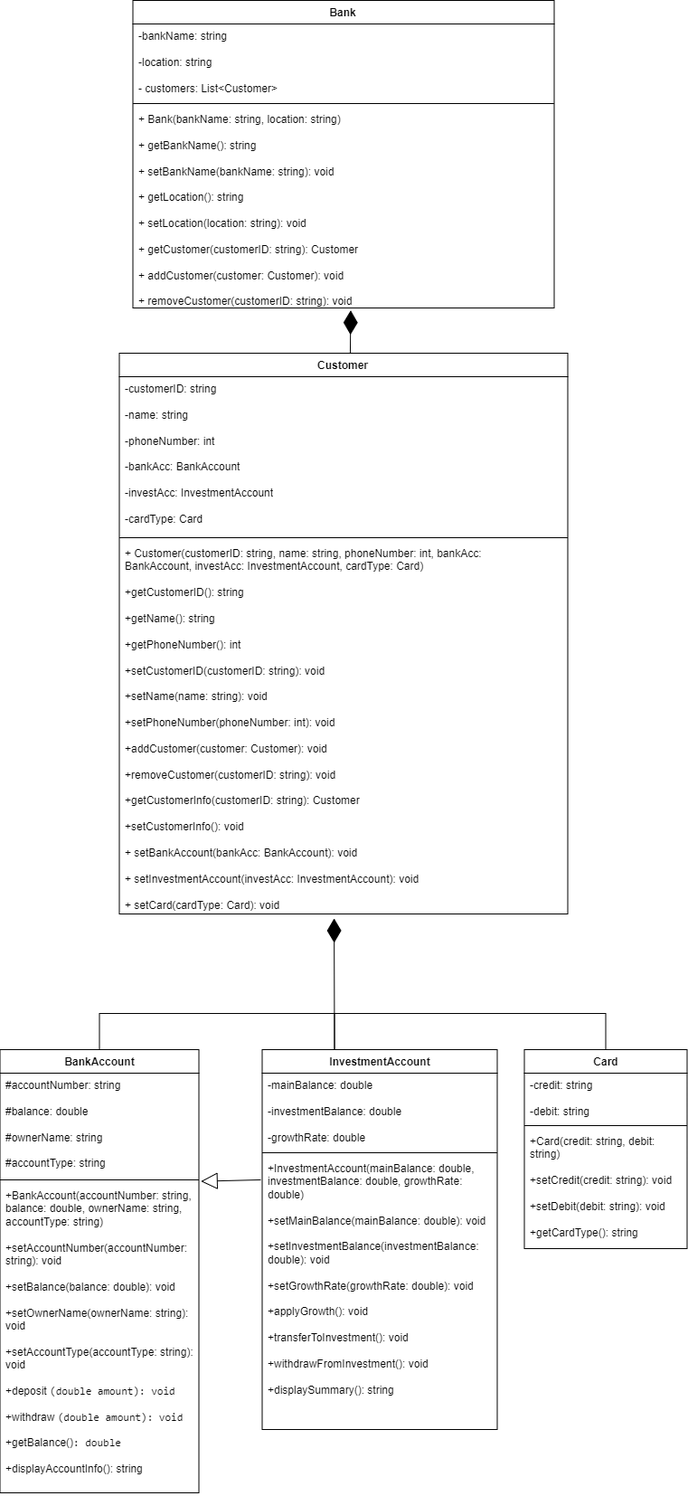
Before: Class diagram.drawio_.drawio.png, a diagram exported from draw.io (nataliareyram/Bank-simulator). Source tidied: cells renumbered, new cells last; positions are measured from the earlier drawing's top-left corner, leaving out a move shared by most shapes.
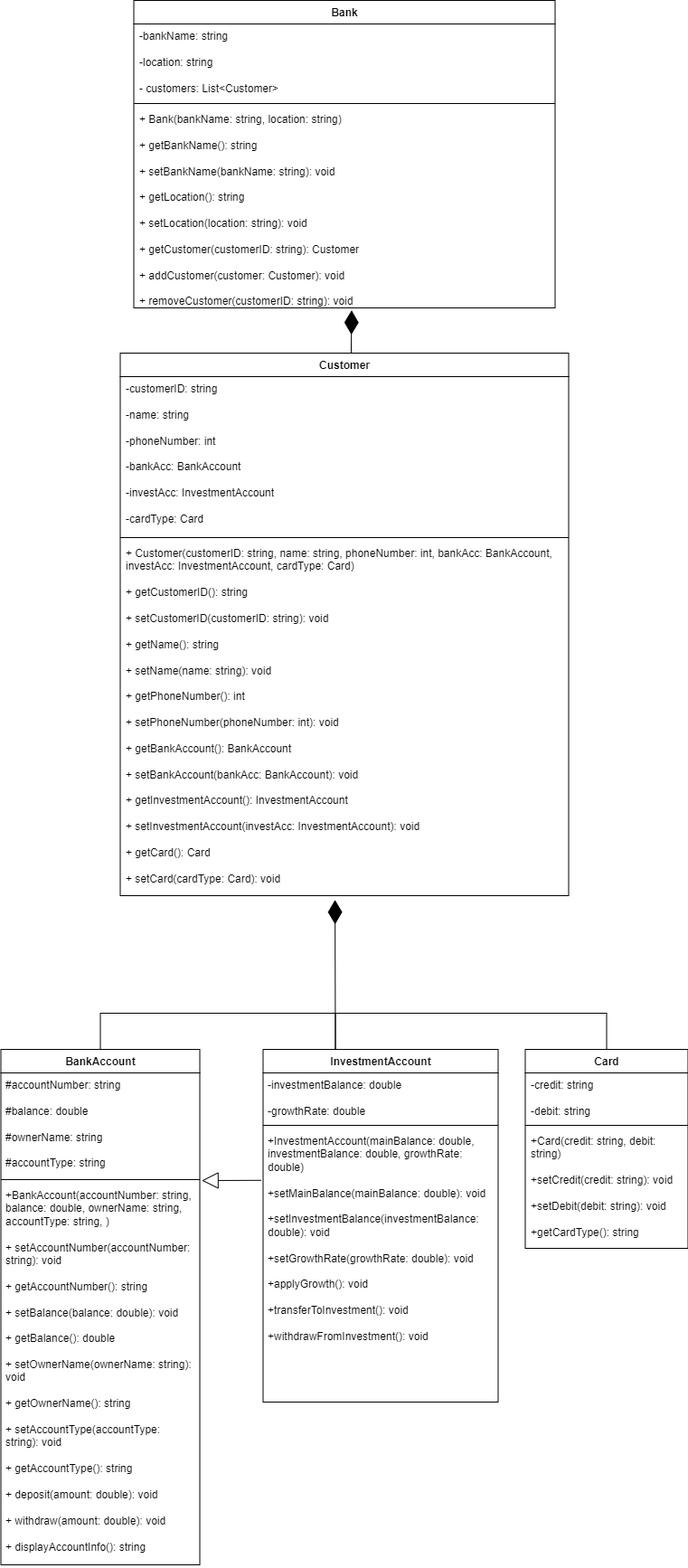
After the change.

The edit, as a diff of the source:
```diff
@@ -3,7 +3,7 @@
     <mxCell id="0" />
     <mxCell id="1" parent="0" />
     <mxCell id="2" value="BankAccount" style="swimlane;fontStyle=1;align=center;verticalAlign=top;horizontal=1;startSize=26;whiteSpace=wrap;html=1;" parent="1" vertex="1">
-      <mxGeometry x="0.5" y="1160" width="220" height="490" as="geometry" />
+      <mxGeometry x="0.5" y="1160" width="220" height="570" as="geometry" />
     </mxCell>
     <mxCell id="3" value="&lt;div&gt;#accountNumber: string&lt;/div&gt;&lt;div&gt;&lt;br&gt;&lt;/div&gt;&lt;div&gt;#balance: double&lt;/div&gt;&lt;div&gt;&lt;br&gt;&lt;/div&gt;&lt;div&gt;#ownerName: string&lt;/div&gt;&lt;div&gt;&lt;br&gt;&lt;/div&gt;&lt;div&gt;#accountType: string&lt;/div&gt;" style="text;strokeColor=none;fillColor=none;align=left;verticalAlign=top;spacingLeft=4;spacingRight=4;overflow=hidden;whiteSpace=wrap;html=1;" parent="2" vertex="1">
       <mxGeometry y="26" width="220" height="114" as="geometry" />
@@ -11,11 +11,11 @@
     <mxCell id="4" style="line;strokeWidth=1;fillColor=none;align=left;verticalAlign=middle;spacingTop=-1;spacingLeft=3;spacingRight=3;labelPosition=right;strokeColor=inherit;" parent="2" vertex="1">
       <mxGeometry y="140" width="220" height="8" as="geometry" />
     </mxCell>
-    <mxCell id="5" value="&lt;div&gt;+BankAccount(accountNumber: string, balance: double, ownerName: string, accountType: string)&lt;/div&gt;&lt;div&gt;&lt;br&gt;&lt;/div&gt;&lt;div&gt;&lt;div&gt;+setAccountNumber(accountNumber: string): void&lt;/div&gt;&lt;div&gt;&lt;br&gt;&lt;/div&gt;&lt;div&gt;+setBalance(balance: double): void&lt;/div&gt;&lt;div&gt;&lt;br&gt;&lt;/div&gt;&lt;div&gt;+setOwnerName(ownerName: string): void&lt;/div&gt;&lt;div&gt;&lt;br&gt;&lt;/div&gt;&lt;div&gt;+setAccountType(accountType: string): void&lt;/div&gt;&lt;/div&gt;&lt;div&gt;&lt;br&gt;&lt;/div&gt;&lt;div&gt;+deposit&amp;nbsp;&lt;code style=&quot;background-color: initial;&quot;&gt;(double amount): void&lt;/code&gt;&lt;/div&gt;&lt;div&gt;&lt;code style=&quot;background-color: initial;&quot;&gt;&lt;br&gt;&lt;/code&gt;&lt;/div&gt;&lt;div&gt;+withdraw&amp;nbsp;&lt;code style=&quot;background-color: initial;&quot;&gt;(double amount): void&lt;/code&gt;&lt;/div&gt;&lt;div&gt;&lt;code style=&quot;background-color: initial;&quot;&gt;&lt;br&gt;&lt;/code&gt;&lt;/div&gt;&lt;div&gt;+getBalance()&lt;code style=&quot;background-color: initial;&quot;&gt;: double&lt;/code&gt;&lt;/div&gt;&lt;div&gt;&lt;span style=&quot;background-color: initial;&quot;&gt;&lt;br&gt;&lt;/span&gt;&lt;/div&gt;&lt;div&gt;&lt;span style=&quot;background-color: initial;&quot;&gt;+displayAccountInfo(): string&lt;/span&gt;&lt;/div&gt;" style="text;strokeColor=none;fillColor=none;align=left;verticalAlign=top;spacingLeft=4;spacingRight=4;overflow=hidden;points=[[0,0.5],[1,0.5]];portConstraint=eastwest;whiteSpace=wrap;html=1;" parent="2" vertex="1">
-      <mxGeometry y="148" width="220" height="342" as="geometry" />
+    <mxCell id="5" value="&lt;div&gt;+BankAccount(accountNumber: string, balance: double, ownerName: string, accountType: string, )&lt;/div&gt;&lt;div&gt;&lt;br&gt;&lt;/div&gt;&lt;div&gt;+ &lt;span class=&quot;hljs-title function_ invoke__&quot;&gt;setAccountNumber&lt;/span&gt;(&lt;span class=&quot;hljs-attr&quot;&gt;accountNumber&lt;/span&gt;: &lt;span class=&quot;hljs-keyword&quot;&gt;string&lt;/span&gt;):&amp;nbsp;&lt;span class=&quot;hljs-keyword&quot;&gt;void&lt;/span&gt;&amp;nbsp;&lt;/div&gt;&lt;div&gt;&amp;nbsp;&lt;/div&gt;&lt;div&gt;+ &lt;span class=&quot;hljs-title function_ invoke__&quot;&gt;getAccountNumber&lt;/span&gt;(): &lt;span class=&quot;hljs-keyword&quot;&gt;string&lt;/span&gt;&amp;nbsp;&lt;/div&gt;&lt;div&gt;&lt;br&gt;&lt;/div&gt;&lt;div&gt;+ &lt;span class=&quot;hljs-title function_ invoke__&quot;&gt;setBalance&lt;/span&gt;(&lt;span class=&quot;hljs-attr&quot;&gt;balance&lt;/span&gt;: &lt;span class=&quot;hljs-keyword&quot;&gt;double&lt;/span&gt;): &lt;span class=&quot;hljs-keyword&quot;&gt;void&lt;/span&gt;&amp;nbsp;&lt;/div&gt;&lt;div&gt;&lt;br&gt;&lt;/div&gt;&lt;div&gt;+ &lt;span class=&quot;hljs-title function_ invoke__&quot;&gt;getBalance&lt;/span&gt;(): &lt;span class=&quot;hljs-keyword&quot;&gt;double&lt;/span&gt;&amp;nbsp;&lt;/div&gt;&lt;div&gt;&lt;br&gt;&lt;/div&gt;&lt;div&gt;+ &lt;span class=&quot;hljs-title function_ invoke__&quot;&gt;setOwnerName&lt;/span&gt;(&lt;span class=&quot;hljs-attr&quot;&gt;ownerName&lt;/span&gt;: &lt;span class=&quot;hljs-keyword&quot;&gt;string&lt;/span&gt;): &lt;span class=&quot;hljs-keyword&quot;&gt;void&lt;/span&gt;&amp;nbsp;&lt;/div&gt;&lt;div&gt;&lt;br&gt;&lt;/div&gt;&lt;div&gt;+ &lt;span class=&quot;hljs-title function_ invoke__&quot;&gt;getOwnerName&lt;/span&gt;(): &lt;span class=&quot;hljs-keyword&quot;&gt;string&lt;/span&gt;&amp;nbsp;&lt;/div&gt;&lt;div&gt;&lt;br&gt;&lt;/div&gt;&lt;div&gt;+ &lt;span class=&quot;hljs-title function_ invoke__&quot;&gt;setAccountType&lt;/span&gt;(&lt;span class=&quot;hljs-attr&quot;&gt;accountType&lt;/span&gt;: &lt;span class=&quot;hljs-keyword&quot;&gt;string&lt;/span&gt;): &lt;span class=&quot;hljs-keyword&quot;&gt;void&lt;/span&gt;&amp;nbsp;&lt;/div&gt;&lt;div&gt;&lt;br&gt;&lt;/div&gt;&lt;div&gt;+ &lt;span class=&quot;hljs-title function_ invoke__&quot;&gt;getAccountType&lt;/span&gt;(): &lt;span class=&quot;hljs-keyword&quot;&gt;string&lt;/span&gt;&amp;nbsp;&lt;/div&gt;&lt;div&gt;&lt;br&gt;&lt;/div&gt;&lt;div&gt;+ &lt;span class=&quot;hljs-title function_ invoke__&quot;&gt;deposit&lt;/span&gt;(&lt;span class=&quot;hljs-attr&quot;&gt;amount&lt;/span&gt;: &lt;span class=&quot;hljs-keyword&quot;&gt;double&lt;/span&gt;): &lt;span class=&quot;hljs-keyword&quot;&gt;void&lt;/span&gt;&amp;nbsp;&lt;/div&gt;&lt;div&gt;&lt;br&gt;&lt;/div&gt;&lt;div&gt;+ &lt;span class=&quot;hljs-title function_ invoke__&quot;&gt;withdraw&lt;/span&gt;(&lt;span class=&quot;hljs-attr&quot;&gt;amount&lt;/span&gt;: &lt;span class=&quot;hljs-keyword&quot;&gt;double&lt;/span&gt;): &lt;span class=&quot;hljs-keyword&quot;&gt;void&lt;/span&gt;&amp;nbsp;&lt;/div&gt;&lt;div&gt;&lt;br&gt;&lt;/div&gt;&lt;div&gt;+ &lt;span class=&quot;hljs-title function_ invoke__&quot;&gt;displayAccountInfo&lt;/span&gt;(): &lt;span class=&quot;hljs-keyword&quot;&gt;string&lt;/span&gt;&lt;/div&gt;" style="text;strokeColor=none;fillColor=none;align=left;verticalAlign=top;spacingLeft=4;spacingRight=4;overflow=hidden;points=[[0,0.5],[1,0.5]];portConstraint=eastwest;whiteSpace=wrap;html=1;" parent="2" vertex="1">
+      <mxGeometry y="148" width="220" height="422" as="geometry" />
     </mxCell>
     <mxCell id="6" value="Customer" style="swimlane;fontStyle=1;align=center;verticalAlign=top;horizontal=1;startSize=26;whiteSpace=wrap;html=1;" parent="1" vertex="1">
-      <mxGeometry x="132.5" y="390" width="496" height="620" as="geometry" />
+      <mxGeometry x="132.5" y="390" width="496" height="600" as="geometry" />
     </mxCell>
     <mxCell id="7" value="&lt;div&gt;-customerID: string&lt;/div&gt;&lt;div&gt;&lt;br&gt;&lt;/div&gt;&lt;div&gt;-name: string&lt;/div&gt;&lt;div&gt;&lt;br&gt;&lt;/div&gt;&lt;div&gt;&lt;span style=&quot;background-color: initial;&quot;&gt;-phoneNumber: int&lt;/span&gt;&lt;/div&gt;&lt;div&gt;&lt;span style=&quot;background-color: initial;&quot;&gt;&lt;br&gt;&lt;/span&gt;&lt;/div&gt;&lt;div&gt;&lt;span style=&quot;background-color: initial;&quot;&gt;-bankAcc: BankAccount&lt;/span&gt;&lt;/div&gt;&lt;div&gt;&lt;span style=&quot;background-color: initial;&quot;&gt;&lt;br&gt;&lt;/span&gt;&lt;/div&gt;&lt;div&gt;&lt;span style=&quot;background-color: initial;&quot;&gt;-investAcc: InvestmentAccount&lt;/span&gt;&lt;/div&gt;&lt;div&gt;&lt;span style=&quot;background-color: initial;&quot;&gt;&lt;br&gt;&lt;/span&gt;&lt;/div&gt;&lt;div&gt;&lt;span style=&quot;background-color: initial;&quot;&gt;-cardType: Card&lt;/span&gt;&lt;/div&gt;" style="text;strokeColor=none;fillColor=none;align=left;verticalAlign=top;spacingLeft=4;spacingRight=4;overflow=hidden;whiteSpace=wrap;html=1;" parent="6" vertex="1">
       <mxGeometry y="26" width="496" height="174" as="geometry" />
@@ -23,23 +23,23 @@
     <mxCell id="8" style="line;strokeWidth=1;fillColor=none;align=left;verticalAlign=middle;spacingTop=-1;spacingLeft=3;spacingRight=3;labelPosition=right;strokeColor=inherit;" parent="6" vertex="1">
       <mxGeometry y="200" width="496" height="8" as="geometry" />
     </mxCell>
-    <mxCell id="9" value="&lt;div&gt;+ Customer(customerID: string, name: string, phoneNumber: int,&amp;nbsp;&lt;span style=&quot;background-color: initial;&quot;&gt;bankAcc: BankAccount,&amp;nbsp;&lt;/span&gt;&lt;span style=&quot;background-color: initial;&quot;&gt;investAcc: InvestmentAccount,&amp;nbsp;&lt;/span&gt;&lt;span style=&quot;background-color: initial;&quot;&gt;cardType: Card&lt;/span&gt;&lt;span style=&quot;background-color: initial;&quot;&gt;)&lt;/span&gt;&lt;/div&gt;&lt;div&gt;&lt;br&gt;&lt;/div&gt;&lt;div&gt;+getCustomerID(): string&lt;/div&gt;&lt;div&gt;&lt;br&gt;&lt;/div&gt;&lt;div&gt;+getName(): string&lt;/div&gt;&lt;div&gt;&lt;br&gt;&lt;/div&gt;&lt;div&gt;+getPhoneNumber(): int&lt;/div&gt;&lt;div&gt;&lt;br&gt;&lt;/div&gt;&lt;div&gt;&lt;span style=&quot;background-color: initial;&quot;&gt;&lt;div&gt;+setCustomerID(customerID: string): void&lt;/div&gt;&lt;div&gt;&lt;br&gt;&lt;/div&gt;&lt;div&gt;+setName(name: string): void&lt;/div&gt;&lt;div&gt;&lt;br&gt;&lt;/div&gt;&lt;div&gt;+setPhoneNumber(phoneNumber: int): void&lt;/div&gt;&lt;div&gt;&lt;br&gt;&lt;/div&gt;&lt;div&gt;+&lt;span style=&quot;background-color: initial;&quot;&gt;addCustomer(customer: Customer): void&lt;/span&gt;&lt;div&gt;&lt;br&gt;&lt;div&gt;+removeCustomer(customerID: string): void&lt;/div&gt;&lt;div&gt;&lt;br&gt;&lt;/div&gt;&lt;div&gt;+getCustomerInfo(customerID: string): Customer&lt;/div&gt;&lt;div&gt;&lt;br&gt;&lt;/div&gt;&lt;div&gt;+setCustomerInfo(): void&lt;/div&gt;&lt;/div&gt;&lt;/div&gt;&lt;div&gt;&lt;br&gt;&lt;/div&gt;&lt;div&gt;&lt;div&gt;+ setBankAccount(bankAcc: BankAccount): void&lt;/div&gt;&lt;div&gt;&lt;br&gt;&lt;/div&gt;&lt;div&gt;+ setInvestmentAccount(investAcc: InvestmentAccount): void&lt;/div&gt;&lt;div&gt;&lt;br&gt;&lt;/div&gt;&lt;div&gt;+ setCard(cardType: Card): void&lt;/div&gt;&lt;/div&gt;&lt;/span&gt;&lt;/div&gt;" style="text;strokeColor=none;fillColor=none;align=left;verticalAlign=top;spacingLeft=4;spacingRight=4;overflow=hidden;points=[[0,0.5],[1,0.5]];portConstraint=eastwest;whiteSpace=wrap;html=1;" parent="6" vertex="1">
-      <mxGeometry y="208" width="496" height="412" as="geometry" />
+    <mxCell id="9" value="+ Customer(customerID: string, name: string, phoneNumber: int, bankAcc: BankAccount, investAcc: InvestmentAccount, cardType: Card)&amp;nbsp;&lt;div&gt;&lt;br&gt;&lt;/div&gt;&lt;div&gt;+ getCustomerID(): string&amp;nbsp;&lt;/div&gt;&lt;div&gt;&lt;br&gt;&lt;/div&gt;&lt;div&gt;+ setCustomerID(customerID: string): void&amp;nbsp;&lt;/div&gt;&lt;div&gt;&lt;br&gt;&lt;/div&gt;&lt;div&gt;+ getName(): string&amp;nbsp;&lt;/div&gt;&lt;div&gt;&lt;br&gt;&lt;/div&gt;&lt;div&gt;+ setName(name: string): void&amp;nbsp;&lt;/div&gt;&lt;div&gt;&lt;br&gt;&lt;/div&gt;&lt;div&gt;+ getPhoneNumber(): int&amp;nbsp;&lt;/div&gt;&lt;div&gt;&lt;br&gt;&lt;/div&gt;&lt;div&gt;+ setPhoneNumber(phoneNumber: int): void&amp;nbsp;&lt;/div&gt;&lt;div&gt;&lt;br&gt;&lt;/div&gt;&lt;div&gt;+ getBankAccount(): BankAccount&lt;/div&gt;&lt;div&gt;&lt;br&gt;&lt;/div&gt;&lt;div&gt;+ setBankAccount(bankAcc: BankAccount): void&amp;nbsp;&lt;/div&gt;&lt;div&gt;&lt;br&gt;&lt;/div&gt;&lt;div&gt;+ getInvestmentAccount(): InvestmentAccount&lt;/div&gt;&lt;div&gt;&lt;br&gt;&lt;/div&gt;&lt;div&gt;+ setInvestmentAccount(investAcc: InvestmentAccount): void&amp;nbsp;&lt;/div&gt;&lt;div&gt;&lt;br&gt;&lt;/div&gt;&lt;div&gt;+ getCard(): Card&lt;/div&gt;&lt;div&gt;&lt;br&gt;&lt;/div&gt;&lt;div&gt;+ setCard(cardType: Card): void&lt;/div&gt;" style="text;strokeColor=none;fillColor=none;align=left;verticalAlign=top;spacingLeft=4;spacingRight=4;overflow=hidden;points=[[0,0.5],[1,0.5]];portConstraint=eastwest;whiteSpace=wrap;html=1;" parent="6" vertex="1">
+      <mxGeometry y="208" width="496" height="392" as="geometry" />
     </mxCell>
-    <mxCell id="10" style="endArrow=block;endSize=16;endFill=0;html=1;rounded=0;exitX=-0.006;exitY=0.086;exitDx=0;exitDy=0;exitPerimeter=0;entryX=1.01;entryY=-0.007;entryDx=0;entryDy=0;entryPerimeter=0;" parent="1" edge="1" source="14" target="5">
+    <mxCell id="10" style="endArrow=block;endSize=16;endFill=0;html=1;rounded=0;exitX=-0.008;exitY=0.188;exitDx=0;exitDy=0;exitPerimeter=0;entryX=1.01;entryY=-0.007;entryDx=0;entryDy=0;entryPerimeter=0;" parent="1" edge="1" source="14" target="5">
       <mxGeometry relative="1" as="geometry" />
     </mxCell>
     <mxCell id="11" value="InvestmentAccount" style="swimlane;fontStyle=1;align=center;verticalAlign=top;horizontal=1;startSize=26;whiteSpace=wrap;html=1;" parent="1" vertex="1">
-      <mxGeometry x="290.5" y="1160" width="260" height="420" as="geometry" />
+      <mxGeometry x="290.5" y="1160" width="260" height="390" as="geometry" />
     </mxCell>
-    <mxCell id="12" value="&lt;div&gt;-mainBalance: double&lt;/div&gt;&lt;div&gt;&lt;br&gt;&lt;/div&gt;&lt;div&gt;-investmentBalance: double&lt;/div&gt;&lt;div&gt;&lt;br&gt;&lt;/div&gt;&lt;div&gt;-growthRate: double&lt;/div&gt;" style="text;strokeColor=none;fillColor=none;align=left;verticalAlign=top;spacingLeft=4;spacingRight=4;overflow=hidden;whiteSpace=wrap;html=1;" parent="11" vertex="1">
-      <mxGeometry y="26" width="260" height="84" as="geometry" />
+    <mxCell id="12" value="&lt;div&gt;&lt;span style=&quot;background-color: initial;&quot;&gt;-investmentBalance: double&lt;/span&gt;&lt;/div&gt;&lt;div&gt;&lt;br&gt;&lt;/div&gt;&lt;div&gt;-growthRate: double&lt;/div&gt;" style="text;strokeColor=none;fillColor=none;align=left;verticalAlign=top;spacingLeft=4;spacingRight=4;overflow=hidden;whiteSpace=wrap;html=1;" parent="11" vertex="1">
+      <mxGeometry y="26" width="260" height="54" as="geometry" />
     </mxCell>
     <mxCell id="13" style="line;strokeWidth=1;fillColor=none;align=left;verticalAlign=middle;spacingTop=-1;spacingLeft=3;spacingRight=3;labelPosition=right;strokeColor=inherit;" parent="11" vertex="1">
-      <mxGeometry y="110" width="260" height="8" as="geometry" />
+      <mxGeometry y="80" width="260" height="8" as="geometry" />
     </mxCell>
-    <mxCell id="14" value="&lt;div&gt;+InvestmentAccount(mainBalance: double, investmentBalance: double, growthRate: double)&lt;/div&gt;&lt;div&gt;&lt;br&gt;&lt;/div&gt;&lt;div&gt;&lt;div&gt;+setMainBalance(mainBalance: double): void&lt;/div&gt;&lt;div&gt;&lt;br&gt;&lt;/div&gt;&lt;div&gt;+setInvestmentBalance(investmentBalance: double): void&lt;/div&gt;&lt;div&gt;&lt;br&gt;&lt;/div&gt;&lt;div&gt;+setGrowthRate(growthRate: double): void&lt;/div&gt;&lt;/div&gt;&lt;div&gt;&lt;br&gt;&lt;/div&gt;&lt;div&gt;+applyGrowth(): void&lt;/div&gt;&lt;div&gt;&lt;br&gt;&lt;/div&gt;&lt;div&gt;+transferToInvestment(): void&lt;/div&gt;&lt;div&gt;&lt;span style=&quot;background-color: initial;&quot;&gt;&lt;br&gt;&lt;/span&gt;&lt;/div&gt;&lt;div&gt;+withdrawFromInvestment(): void&lt;/div&gt;&lt;div&gt;&lt;br&gt;&lt;/div&gt;&lt;div&gt;+displaySummary(): string&lt;/div&gt;" style="text;strokeColor=none;fillColor=none;align=left;verticalAlign=top;spacingLeft=4;spacingRight=4;overflow=hidden;points=[[0,0.5],[1,0.5]];portConstraint=eastwest;whiteSpace=wrap;html=1;" parent="11" vertex="1">
-      <mxGeometry y="118" width="260" height="302" as="geometry" />
+    <mxCell id="14" value="&lt;div&gt;+InvestmentAccount(mainBalance: double, investmentBalance: double, growthRate: double)&lt;/div&gt;&lt;div&gt;&lt;br&gt;&lt;/div&gt;&lt;div&gt;&lt;div&gt;+setMainBalance(mainBalance: double): void&lt;/div&gt;&lt;div&gt;&lt;br&gt;&lt;/div&gt;&lt;div&gt;+setInvestmentBalance(investmentBalance: double): void&lt;/div&gt;&lt;div&gt;&lt;br&gt;&lt;/div&gt;&lt;div&gt;+setGrowthRate(growthRate: double): void&lt;/div&gt;&lt;/div&gt;&lt;div&gt;&lt;br&gt;&lt;/div&gt;&lt;div&gt;+applyGrowth(): void&lt;/div&gt;&lt;div&gt;&lt;br&gt;&lt;/div&gt;&lt;div&gt;+transferToInvestment(): void&lt;/div&gt;&lt;div&gt;&lt;span style=&quot;background-color: initial;&quot;&gt;&lt;br&gt;&lt;/span&gt;&lt;/div&gt;&lt;div&gt;+withdrawFromInvestment(): void&lt;/div&gt;&lt;div&gt;&lt;br&gt;&lt;/div&gt;&lt;div&gt;&lt;br&gt;&lt;/div&gt;" style="text;strokeColor=none;fillColor=none;align=left;verticalAlign=top;spacingLeft=4;spacingRight=4;overflow=hidden;points=[[0,0.5],[1,0.5]];portConstraint=eastwest;whiteSpace=wrap;html=1;" parent="11" vertex="1">
+      <mxGeometry y="88" width="260" height="302" as="geometry" />
     </mxCell>
     <mxCell id="15" value="Bank" style="swimlane;fontStyle=1;align=center;verticalAlign=top;horizontal=1;startSize=26;whiteSpace=wrap;html=1;" parent="1" vertex="1">
       <mxGeometry x="147.5" width="466" height="340" as="geometry" />
```
